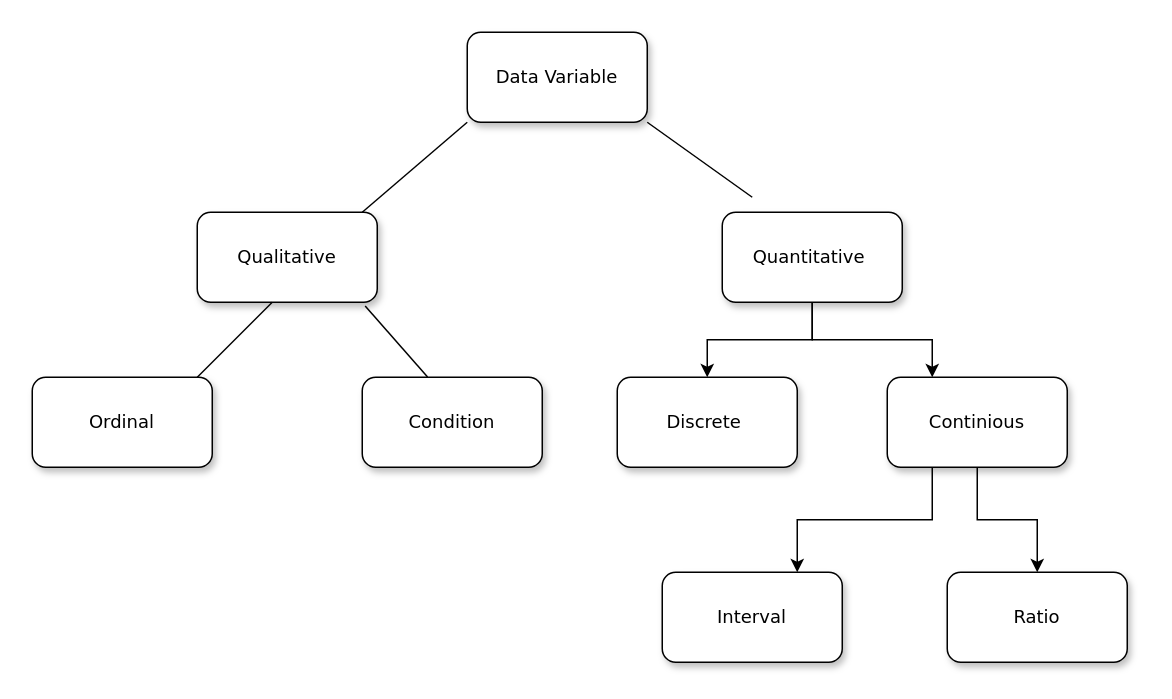
Before: Data Variable Diagram.drawio in HarshKapr/Hackathon, a draw.io diagram. Source tidied: cells renumbered, new cells numbered last; positions are measured from the earlier drawing's top-left corner, leaving out a move shared by most shapes. Both pictures are drawn from the tidied source at 150%, with x=0, y=0 at pixel (32, 32).
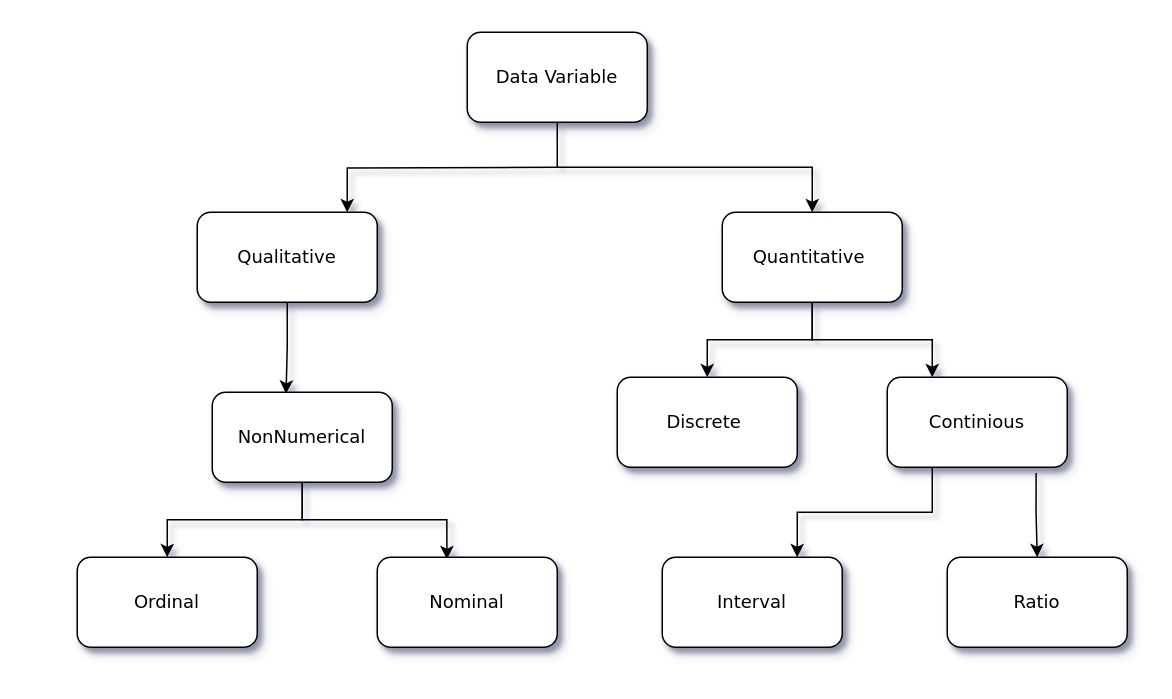
The same diagram, later.

Unchanged cells that the change refers to:
```xml
<mxCell id="2" value="Data Variable" style="whiteSpace=wrap;html=1;rounded=1;shadow=1;labelBackgroundColor=none;strokeWidth=1;fontFamily=Verdana;fontSize=12;align=center;" parent="1" vertex="1">
  <mxGeometry x="290" width="120" height="60" as="geometry" />
</mxCell>
<mxCell id="3" value="&lt;span&gt;Qualitative&lt;/span&gt;" style="whiteSpace=wrap;html=1;rounded=1;shadow=1;labelBackgroundColor=none;strokeWidth=1;fontFamily=Verdana;fontSize=12;align=center;" parent="1" vertex="1">
  <mxGeometry x="110" y="120" width="120" height="60" as="geometry" />
</mxCell>
<mxCell id="6" value="&lt;span&gt;Quantitative&amp;nbsp;&lt;/span&gt;" style="whiteSpace=wrap;html=1;rounded=1;shadow=1;labelBackgroundColor=none;strokeWidth=1;fontFamily=Verdana;fontSize=12;align=center;" parent="1" vertex="1">
  <mxGeometry x="460" y="120" width="120" height="60" as="geometry" />
</mxCell>
<mxCell id="16" value="&lt;span&gt;Continious&lt;/span&gt;" style="whiteSpace=wrap;html=1;rounded=1;shadow=1;labelBackgroundColor=none;strokeWidth=1;fontFamily=Verdana;fontSize=12;align=center;" parent="1" vertex="1">
  <mxGeometry x="570" y="230" width="120" height="60" as="geometry" />
</mxCell>
```

Change to the diagram source:
```diff
@@
-<mxGraphModel>
+<mxGraphModel background="#ffffff" shadow="1">
@@
+    <mxCell id="19" style="edgeStyle=orthogonalEdgeStyle;rounded=0;jettySize=auto;html=1;entryX=0.833;entryY=0;entryDx=0;entryDy=0;entryPerimeter=0;" parent="1" edge="1" target="3">
+      <mxGeometry relative="1" as="geometry">
+        <mxPoint x="350" y="90" as="sourcePoint" />
+      </mxGeometry>
+    </mxCell>
+    <mxCell id="20" style="edgeStyle=orthogonalEdgeStyle;rounded=0;jettySize=auto;html=1;exitX=0.5;exitY=1;exitDx=0;exitDy=0;" parent="1" edge="1" source="2" target="6">
+      <mxGeometry relative="1" as="geometry" />
+    </mxCell>
@@
+    <mxCell id="21" style="edgeStyle=orthogonalEdgeStyle;rounded=0;jettySize=auto;html=1;entryX=0.41;entryY=0.017;entryDx=0;entryDy=0;entryPerimeter=0;" parent="1" edge="1" source="3" target="7">
+      <mxGeometry relative="1" as="geometry" />
+    </mxCell>
@@
+    <mxCell id="22" style="edgeStyle=orthogonalEdgeStyle;rounded=0;jettySize=auto;html=1;" parent="1" edge="1" source="7" target="24">
+      <mxGeometry relative="1" as="geometry" />
+    </mxCell>
+    <mxCell id="23" style="edgeStyle=orthogonalEdgeStyle;rounded=0;jettySize=auto;html=1;entryX=0.387;entryY=0.023;entryDx=0;entryDy=0;entryPerimeter=0;" parent="1" edge="1" source="7" target="25">
+      <mxGeometry relative="1" as="geometry" />
+    </mxCell>
-    <mxCell id="7" value="&lt;span&gt;Ordinal&lt;/span&gt;" style="whiteSpace=wrap;html=1;rounded=1;shadow=1;labelBackgroundColor=none;strokeWidth=1;fontFamily=Verdana;fontSize=12;align=center;" parent="1" vertex="1">
-      <mxGeometry y="230" width="120" height="60" as="geometry" />
+    <mxCell id="7" value="&lt;span&gt;NonNumerical&lt;/span&gt;" style="whiteSpace=wrap;html=1;rounded=1;shadow=1;labelBackgroundColor=none;strokeWidth=1;fontFamily=Verdana;fontSize=12;align=center;" parent="1" vertex="1">
+      <mxGeometry x="120" y="240" width="120" height="60" as="geometry" />
     </mxCell>
-    <mxCell id="8" value="&lt;span&gt;Condition&lt;/span&gt;" style="whiteSpace=wrap;html=1;rounded=1;shadow=1;labelBackgroundColor=none;strokeWidth=1;fontFamily=Verdana;fontSize=12;align=center;" parent="1" vertex="1">
-      <mxGeometry x="220" y="230" width="120" height="60" as="geometry" />
-    </mxCell>
-    <mxCell id="9" style="endArrow=none;html=1;rounded=0;" parent="1" edge="1">
-      <mxGeometry relative="1" as="geometry">
-        <mxPoint x="220" y="120" as="sourcePoint" />
-        <mxPoint x="290" y="60" as="targetPoint" />
-      </mxGeometry>
-    </mxCell>
-    <mxCell id="10" style="endArrow=none;html=1;rounded=0;exitX=1;exitY=1;exitDx=0;exitDy=0;" parent="1" edge="1" source="2">
-      <mxGeometry relative="1" as="geometry">
-        <mxPoint x="480" y="110" as="targetPoint" />
-      </mxGeometry>
-    </mxCell>
-    <mxCell id="11" style="endArrow=none;html=1;rounded=0;" parent="1" edge="1">
-      <mxGeometry relative="1" as="geometry">
-        <mxPoint x="110" y="230" as="sourcePoint" />
-        <mxPoint x="160" y="180" as="targetPoint" />
-      </mxGeometry>
-    </mxCell>
-    <mxCell id="12" style="endArrow=none;html=1;rounded=0;exitX=0.933;exitY=1.043;exitDx=0;exitDy=0;exitPerimeter=0;entryX=0.363;entryY=-0.003;entryDx=0;entryDy=0;entryPerimeter=0;" parent="1" edge="1" source="3" target="8">
-      <mxGeometry relative="1" as="geometry" />
-    </mxCell>
@@
-    <mxCell id="15" style="edgeStyle=orthogonalEdgeStyle;rounded=0;jettySize=auto;html=1;" parent="1" edge="1" source="16" target="17">
+    <mxCell id="15" style="edgeStyle=orthogonalEdgeStyle;rounded=0;jettySize=auto;html=1;exitX=0.827;exitY=1.063;exitDx=0;exitDy=0;exitPerimeter=0;" parent="1" edge="1" source="16" target="17">
       <mxGeometry relative="1" as="geometry" />
     </mxCell>
@@
     <mxCell id="17" value="&lt;span&gt;Ratio&lt;/span&gt;" style="whiteSpace=wrap;html=1;rounded=1;shadow=1;labelBackgroundColor=none;strokeWidth=1;fontFamily=Verdana;fontSize=12;align=center;" parent="1" vertex="1">
-      <mxGeometry x="610" y="360" width="120" height="60" as="geometry" />
+      <mxGeometry x="610" y="350" width="120" height="60" as="geometry" />
     </mxCell>
     <mxCell id="18" value="&lt;span&gt;Interval&lt;/span&gt;" style="whiteSpace=wrap;html=1;rounded=1;shadow=1;labelBackgroundColor=none;strokeWidth=1;fontFamily=Verdana;fontSize=12;align=center;" parent="1" vertex="1">
-      <mxGeometry x="420" y="360" width="120" height="60" as="geometry" />
+      <mxGeometry x="420" y="350" width="120" height="60" as="geometry" />
     </mxCell>
+    <mxCell id="24" value="&lt;span&gt;Ordinal&lt;/span&gt;" style="whiteSpace=wrap;html=1;rounded=1;shadow=1;labelBackgroundColor=none;strokeWidth=1;fontFamily=Verdana;fontSize=12;align=center;" parent="1" vertex="1">
+      <mxGeometry x="30" y="350" width="120" height="60" as="geometry" />
+    </mxCell>
+    <mxCell id="25" value="&lt;span&gt;Nominal&lt;/span&gt;" style="whiteSpace=wrap;html=1;rounded=1;shadow=1;labelBackgroundColor=none;strokeWidth=1;fontFamily=Verdana;fontSize=12;align=center;" parent="1" vertex="1">
+      <mxGeometry x="230" y="350" width="120" height="60" as="geometry" />
+    </mxCell>
```
